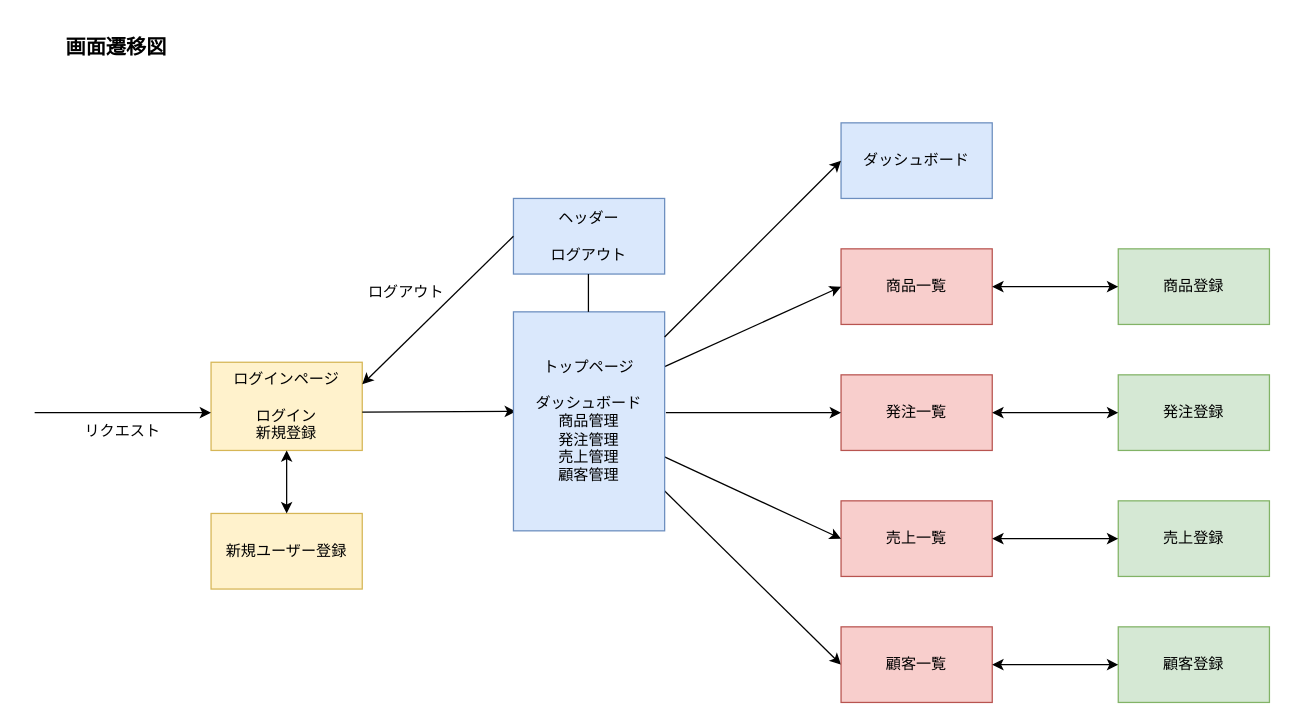
Earlier version of the draw.io diagram docs/画面遷移図.drawio (miyoshi-mk/shop-manager). Source tidied: cells renumbered, new cells numbered last; positions are measured from the earlier drawing's top-left corner, leaving out a move shared by most shapes. Both pictures are drawn from the tidied source at 126%, with x=0, y=0 at pixel (21, 21).
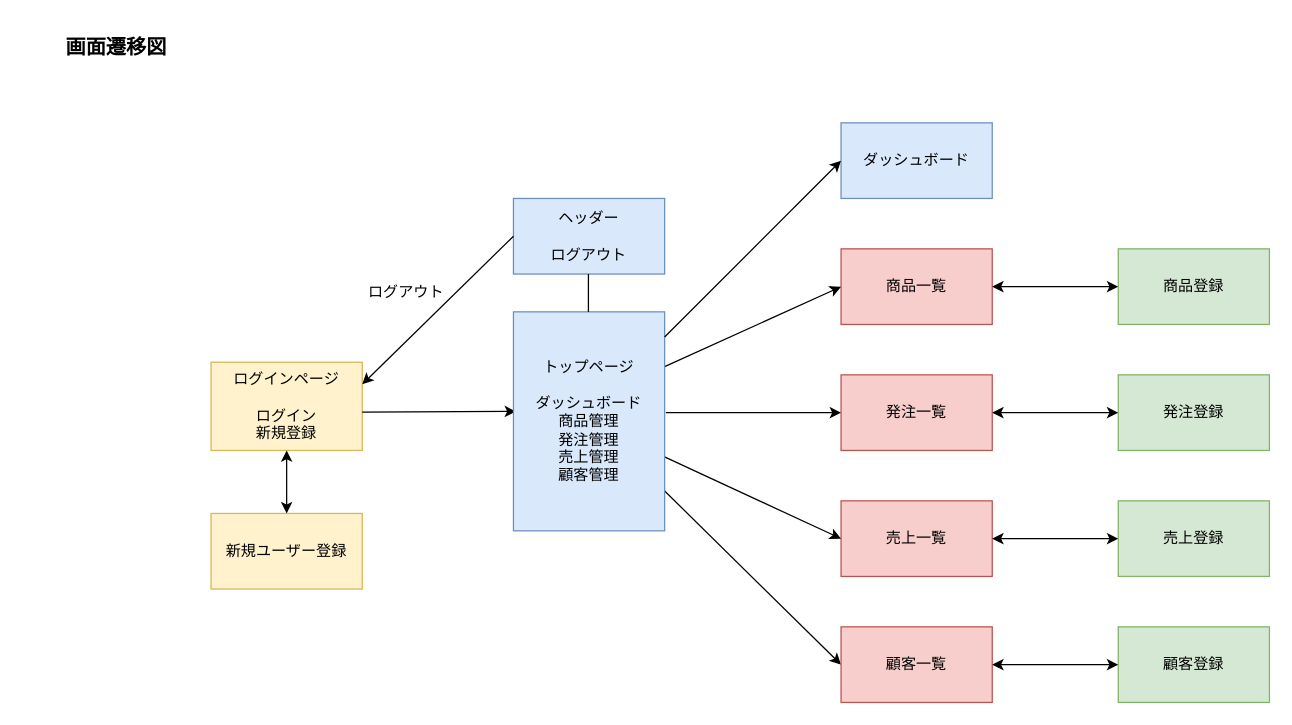
The same diagram, later.

Commit message (it also covers changes not shown here):
ER図と画面遷移図を書き直し

Diff of the diagram source:
```diff
@@
-    <mxCell id="24" style="endArrow=classic;html=1;" parent="1" edge="1">
-      <mxGeometry relative="1" as="geometry">
-        <mxPoint x="10" y="310" as="sourcePoint" />
-        <mxPoint x="150" y="310" as="targetPoint" />
-      </mxGeometry>
-    </mxCell>
-    <mxCell id="25" value="リクエスト" style="text;html=1;align=center;verticalAlign=middle;whiteSpace=wrap;rounded=0;" parent="1" vertex="1">
-      <mxGeometry x="40" y="310" width="80" height="30" as="geometry" />
-    </mxCell>
```
